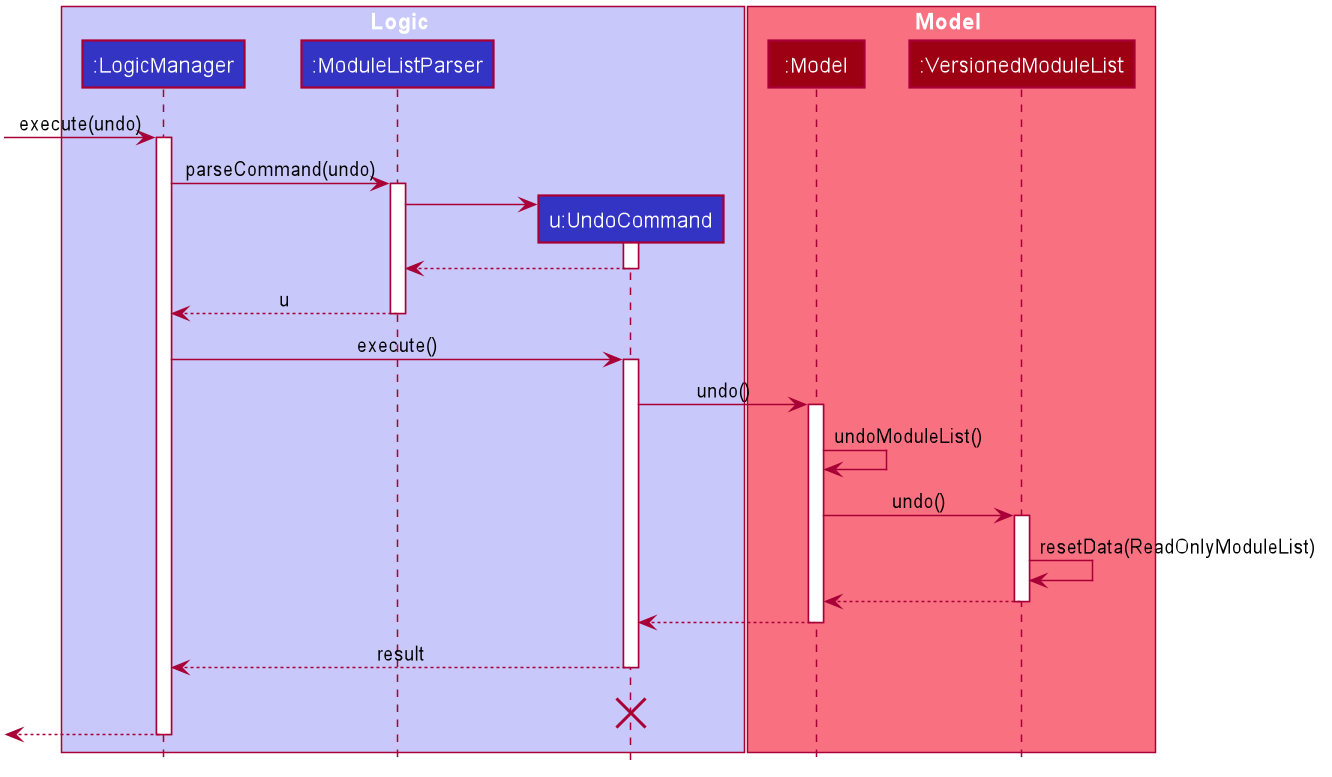
nus-cs2103-AY2021S1/tp keeps this PlantUML diagram as docs/images/UndoSequenceDiagram.png. Above is the earlier version.
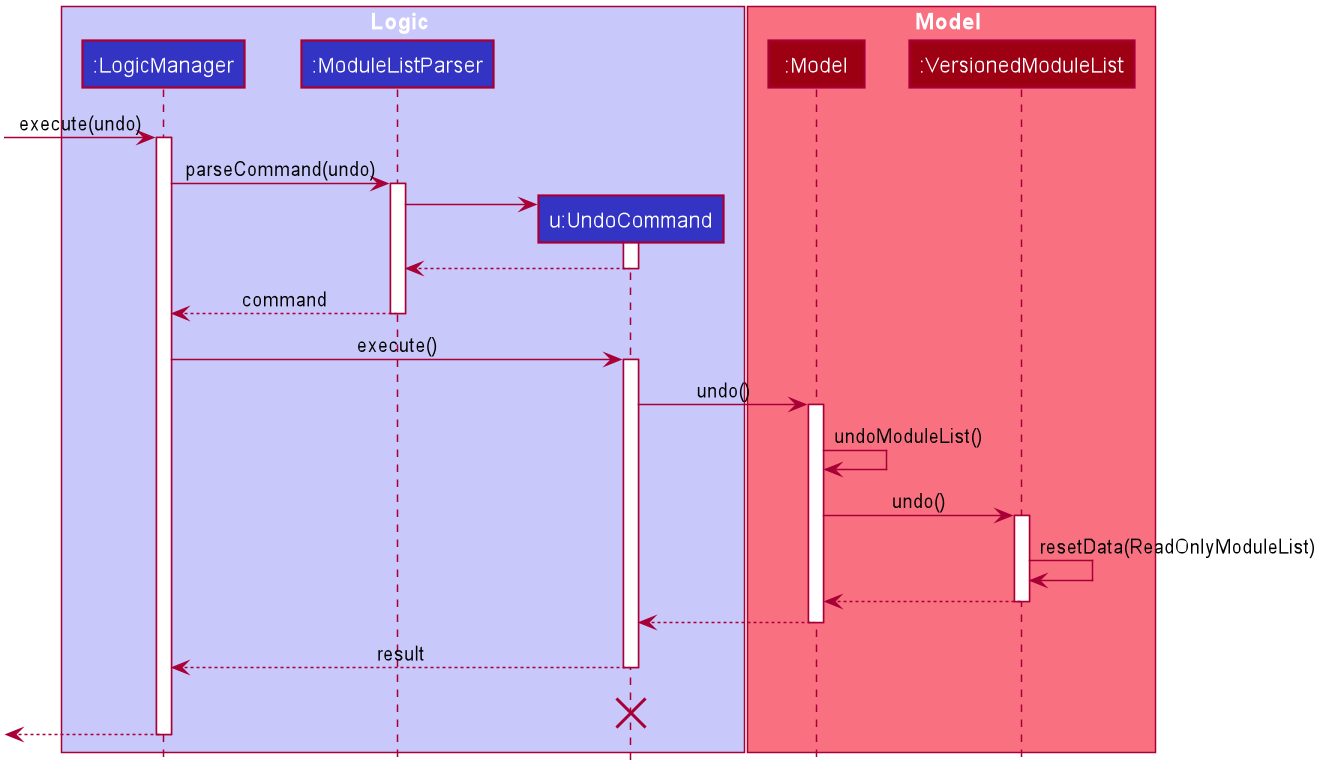
Later version of the same file.

What changed in the source:
```diff
@@ -71,7 +71,7 @@
 UndoCommand --> ModuleListParser
 deactivate UndoCommand
 
-ModuleListParser --> LogicManager : u
+ModuleListParser --> LogicManager : command
 deactivate ModuleListParser
 
 LogicManager -> UndoCommand : execute()
```
